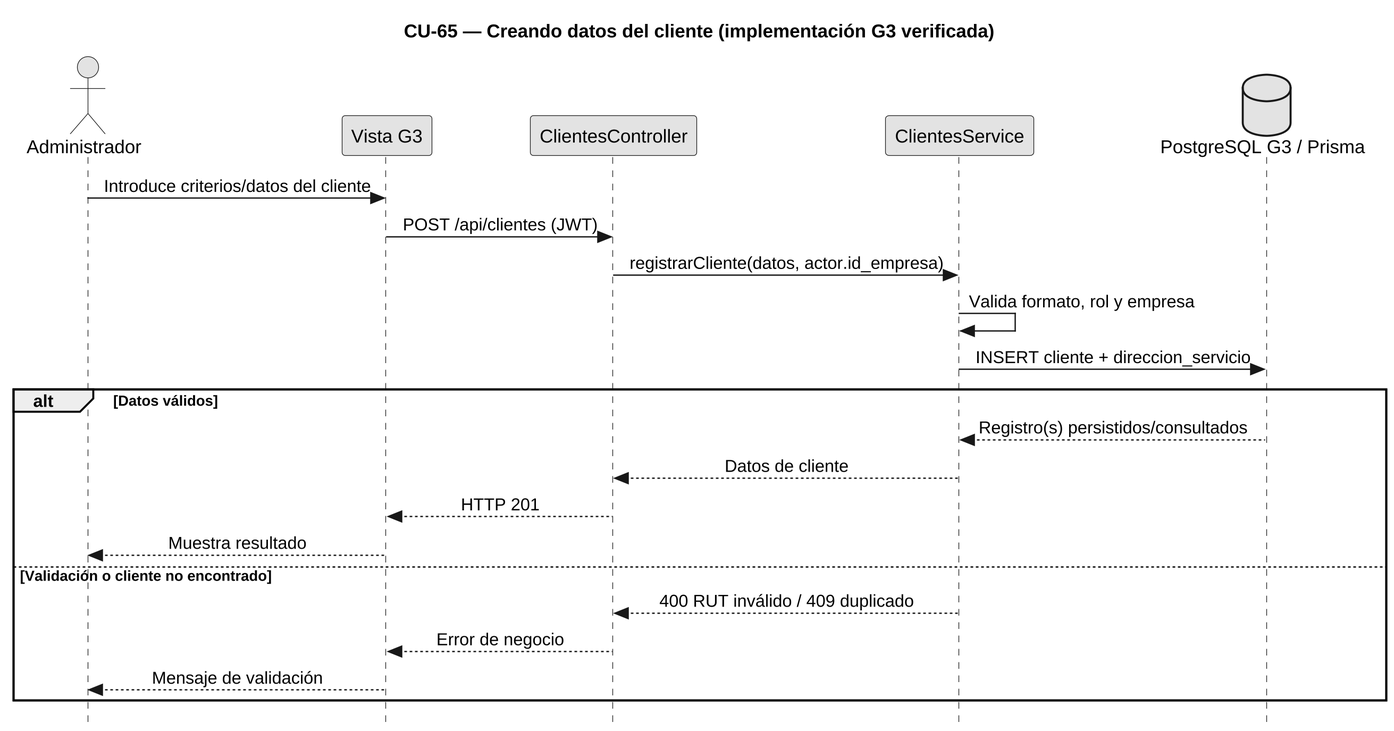
Earlier version of the PlantUML export diagramas/incremento3/CU65-g3-secuencia.png (FSM-Finet-y-Cable-Magico/Team_1-Inventario-y-Bodega).
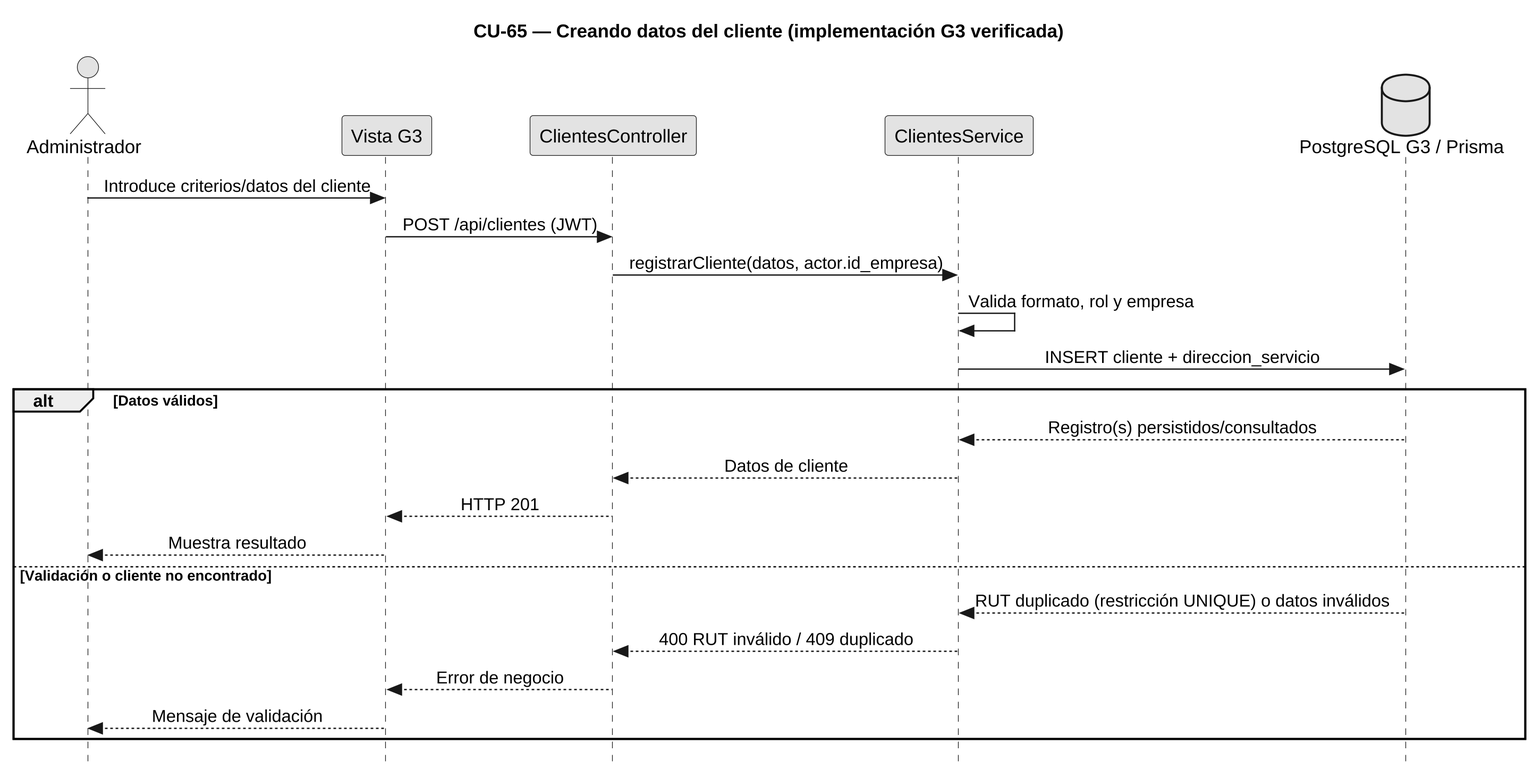
The same file after the commit.

Change to the diagram source:
```diff
@@ -29,6 +29,7 @@
 C --> V : HTTP 201
 V --> Administrador : Muestra resultado
 else Validación o cliente no encontrado
+DB --> S : RUT duplicado (restricción UNIQUE) o datos inválidos
 S --> C : 400 RUT inválido / 409 duplicado
 C --> V : Error de negocio
 V --> Administrador : Mensaje de validación
```
